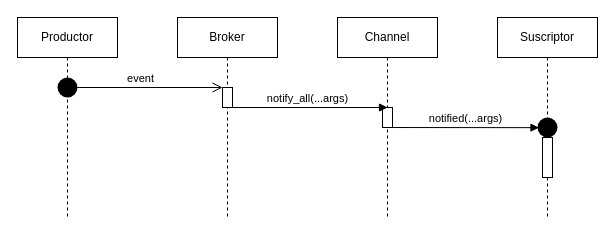
This is page "Productor-Suscriptor" (3 of 5) of xfaztbot2.drawio from EnzoDiazDev/diagram, a draw.io file, before an edit. Source tidied: cells renumbered, new cells numbered last; positions are measured from the earlier drawing's top-left corner, leaving out a move shared by most shapes. Both pictures are drawn from the tidied source at 100%, with x=0, y=0 at pixel (17, 17).
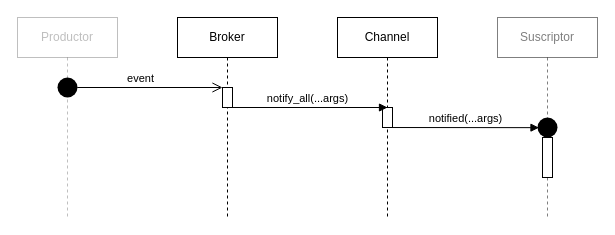
The same page after the edit.

Commit message:
flujo con estilo.drawio

What changed in the source:
```diff
@@
 <mxGraphModel>
   <root>
     <mxCell id="0" />
     <mxCell id="1" parent="0" />
-    <mxCell id="2" value="&lt;div&gt;Productor&lt;/div&gt;" style="shape=umlLifeline;perimeter=lifelinePerimeter;whiteSpace=wrap;html=1;" parent="1" vertex="1">
+    <mxCell id="2" value="&lt;div&gt;Productor&lt;/div&gt;" style="shape=umlLifeline;perimeter=lifelinePerimeter;whiteSpace=wrap;html=1;opacity=25;textOpacity=25;" parent="1" vertex="1">
       <mxGeometry width="100" height="200" as="geometry" />
     </mxCell>
     <mxCell id="3" value="Broker" style="shape=umlLifeline;perimeter=lifelinePerimeter;whiteSpace=wrap;html=1;outlineConnect=0;" parent="1" vertex="1">
       <mxGeometry x="160" width="100" height="200" as="geometry" />
     </mxCell>
     <mxCell id="4" style="html=1;points=[];perimeter=orthogonalPerimeter;" parent="3" vertex="1">
       <mxGeometry x="45" y="70" width="10" height="20" as="geometry" />
     </mxCell>
     <mxCell id="5" value="Channel" style="shape=umlLifeline;perimeter=lifelinePerimeter;whiteSpace=wrap;html=1;" parent="1" vertex="1">
       <mxGeometry x="320" width="100" height="200" as="geometry" />
     </mxCell>
     <mxCell id="6" style="html=1;points=[];perimeter=orthogonalPerimeter;" parent="5" vertex="1">
       <mxGeometry x="45" y="90" width="10" height="20" as="geometry" />
     </mxCell>
     <mxCell id="7" value="&lt;div&gt;event&lt;/div&gt;" style="html=1;verticalAlign=bottom;startArrow=circle;startFill=1;endArrow=open;startSize=6;endSize=8;exitX=0;exitY=0.5;exitDx=0;exitDy=0;" parent="1" edge="1" source="12" target="4">
       <mxGeometry relative="1" as="geometry">
         <Array as="points">
           <mxPoint x="50" y="70" />
         </Array>
       </mxGeometry>
     </mxCell>
     <mxCell id="8" value="notify_all(...args)" style="html=1;verticalAlign=bottom;endArrow=block;entryX=0.5;entryY=0;entryDx=0;entryDy=0;entryPerimeter=0;" parent="1" edge="1" source="3" target="6">
       <mxGeometry relative="1" as="geometry" />
     </mxCell>
-    <mxCell id="9" value="&lt;div&gt;Suscriptor&lt;/div&gt;" style="shape=umlLifeline;perimeter=lifelinePerimeter;whiteSpace=wrap;html=1;" parent="1" vertex="1">
+    <mxCell id="9" value="&lt;div&gt;Suscriptor&lt;/div&gt;" style="shape=umlLifeline;perimeter=lifelinePerimeter;whiteSpace=wrap;html=1;opacity=50;textOpacity=50;" parent="1" vertex="1">
       <mxGeometry x="480" width="100" height="200" as="geometry" />
     </mxCell>
     <mxCell id="10" style="html=1;perimeter=orthogonalPerimeter;" parent="9" vertex="1">
       <mxGeometry x="45" y="120" width="10" height="40" as="geometry" />
     </mxCell>
     <mxCell id="11" value="notified(...args)" style="html=1;verticalAlign=bottom;endArrow=block;exitX=0.988;exitY=1.001;exitDx=0;exitDy=0;exitPerimeter=0;entryX=0.074;entryY=0.508;entryDx=0;entryDy=0;entryPerimeter=0;" parent="1" edge="1" source="6" target="13">
       <mxGeometry relative="1" as="geometry" />
     </mxCell>
     <mxCell id="12" style="ellipse;fillColor=#000000;strokeColor=none;" parent="1" vertex="1">
       <mxGeometry x="40" y="60" width="20" height="20" as="geometry" />
     </mxCell>
     <mxCell id="13" style="ellipse;fillColor=#000000;strokeColor=none;" parent="1" vertex="1">
       <mxGeometry x="520" y="100" width="20" height="20" as="geometry" />
     </mxCell>
   </root>
 </mxGraphModel>
```
